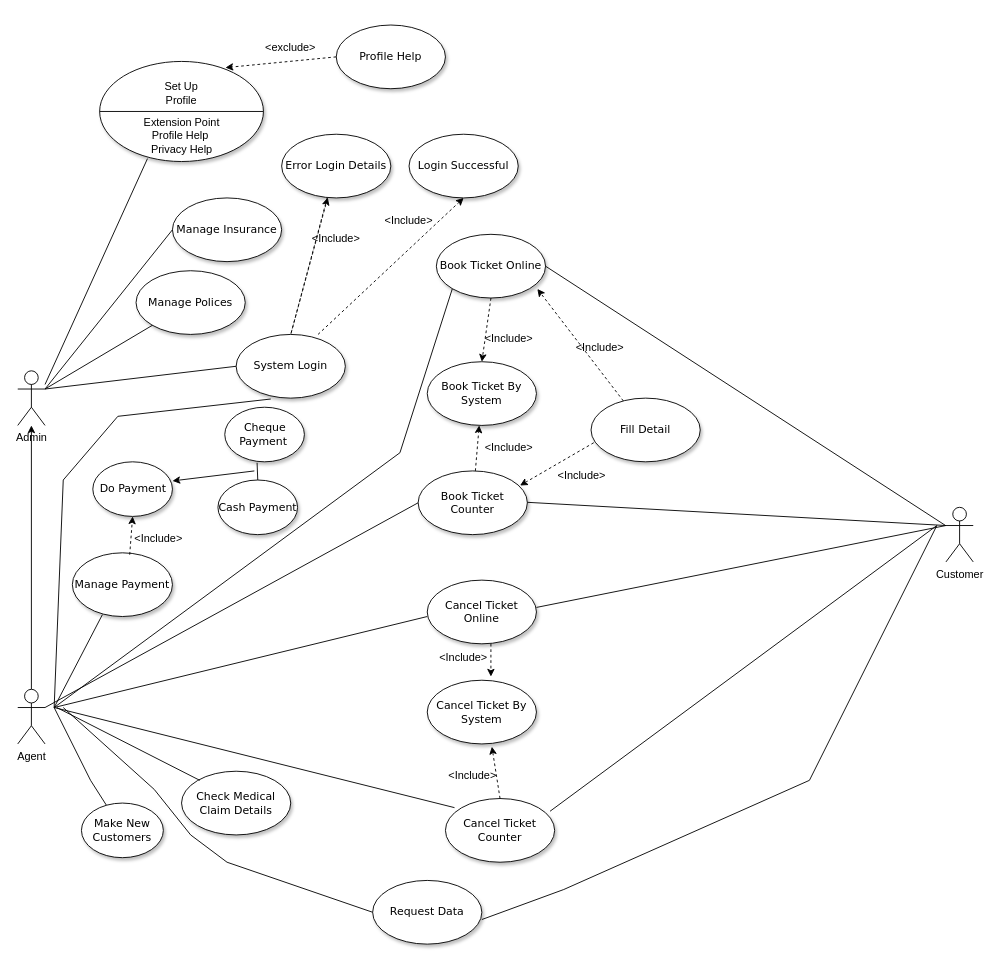
Before: Untitled Diagram.drawio in rivinduchamath/Helth-Insurance-, a draw.io diagram. Source tidied: cells renumbered, new cells numbered last; positions are measured from the earlier drawing's top-left corner, leaving out a move shared by most shapes. Both pictures are drawn from the tidied source at 91%, with x=0, y=0 at pixel (17, 15).
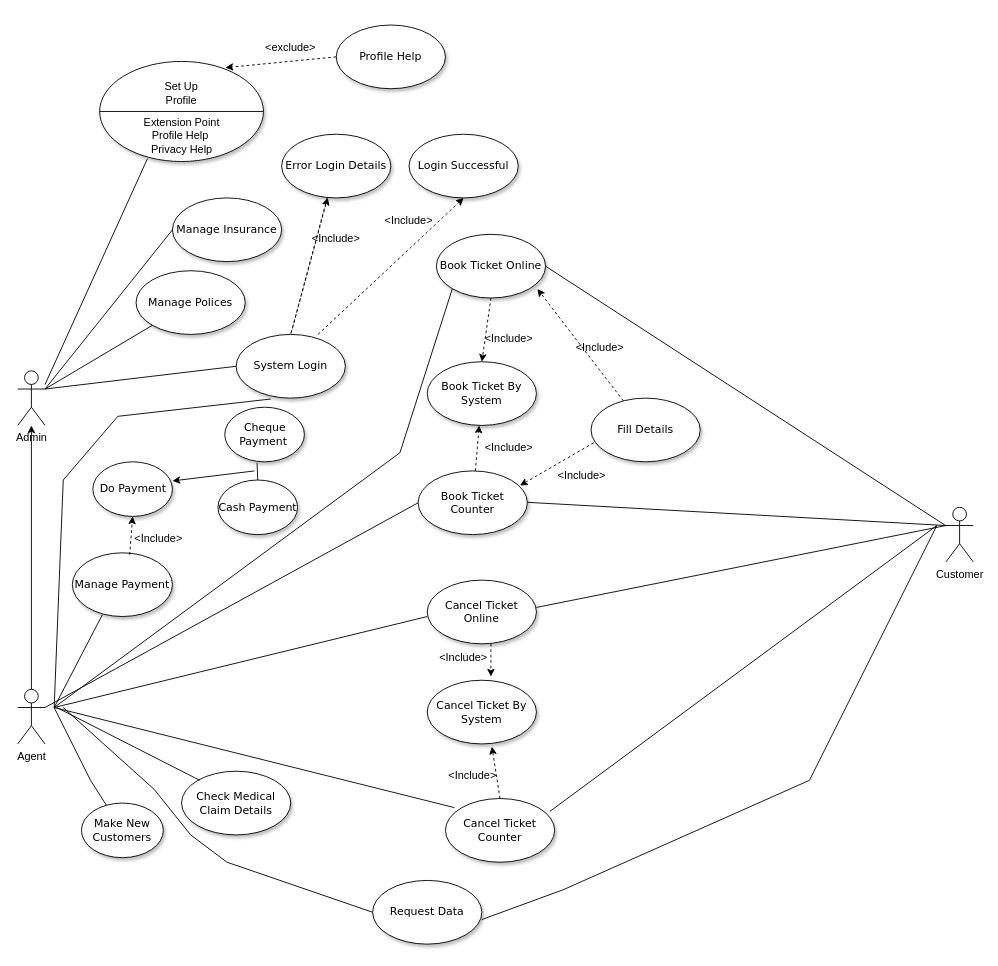
The same diagram, later.

The edit, as a diff of the source:
```diff
@@
-    <mxCell id="59" value="Fill Detail" style="ellipse;whiteSpace=wrap;html=1;rounded=0;shadow=1;comic=0;labelBackgroundColor=none;strokeWidth=1;fontFamily=Verdana;fontSize=12;align=center;" parent="1" vertex="1">
+    <mxCell id="59" value="Fill Details" style="ellipse;whiteSpace=wrap;html=1;rounded=0;shadow=1;comic=0;labelBackgroundColor=none;strokeWidth=1;fontFamily=Verdana;fontSize=12;align=center;" parent="1" vertex="1">
       <mxGeometry x="630" y="420" width="120" height="70" as="geometry" />
     </mxCell>
```
